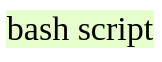
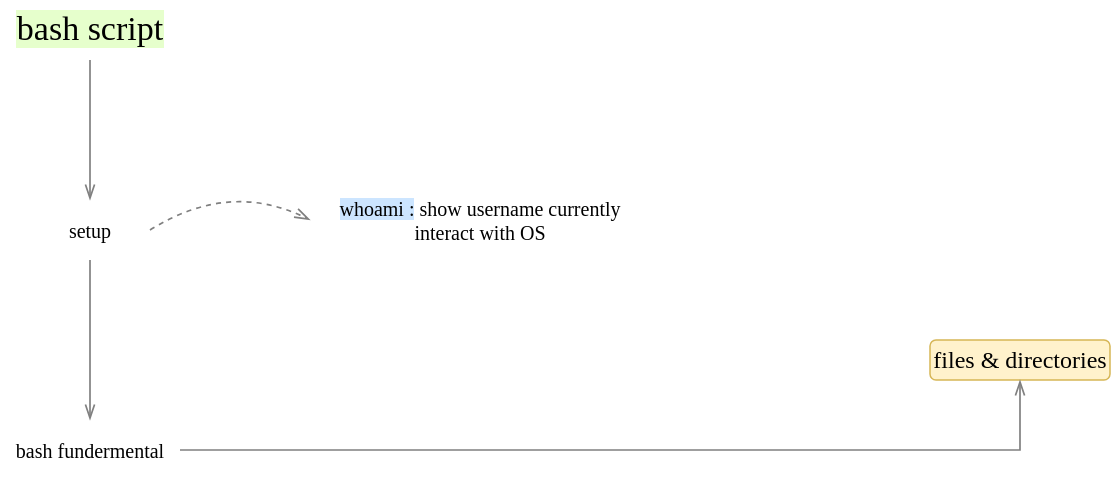
<mxfile host="app.diagrams.net">
  <diagram name="Page-1" id="ASFAg3QW-8pENEQWLq1w">
-     <mxGraphModel dx="913" dy="409" grid="1" gridSize="10" guides="1" tooltips="1" connect="1" arrows="1" fold="1" page="1" pageScale="1" pageWidth="827" pageHeight="1169" math="0" shadow="0">
+     <mxGraphModel dx="761" dy="341" grid="1" gridSize="10" guides="1" tooltips="1" connect="1" arrows="1" fold="1" page="1" pageScale="1" pageWidth="827" pageHeight="1169" math="0" shadow="0">
      <root>
        <mxCell id="0" />
        <mxCell id="1" parent="0" />
        <mxCell id="yHV59lyykjLdx_5fFAOr-2" parent="1" style="text;html=1;whiteSpace=wrap;strokeColor=none;fillColor=none;align=center;verticalAlign=middle;rounded=0;fontFamily=Comic Sans MS;fontSize=17;" value="&lt;span style=&quot;background-color: rgb(230, 255, 204);&quot;&gt;bash script&lt;/span&gt;" vertex="1">
-           <mxGeometry height="30" width="80" x="390" y="350" as="geometry" />
+           <mxGeometry height="30" width="80" x="320" y="240" as="geometry" />
+         </mxCell>
+         <mxCell id="yHV59lyykjLdx_5fFAOr-3" parent="1" style="text;html=1;whiteSpace=wrap;strokeColor=none;fillColor=none;align=center;verticalAlign=middle;rounded=0;fontFamily=Comic Sans MS;fontSize=10;" value="setup " vertex="1">
+           <mxGeometry height="30" width="60" x="330" y="340" as="geometry" />
+         </mxCell>
+         <mxCell id="yHV59lyykjLdx_5fFAOr-4" edge="1" parent="1" source="yHV59lyykjLdx_5fFAOr-2" style="endArrow=openThin;html=1;rounded=0;strokeColor=#808080;endFill=0;strokeWidth=0.85;entryX=0.5;entryY=0;entryDx=0;entryDy=0;exitX=0.5;exitY=1;exitDx=0;exitDy=0;" target="yHV59lyykjLdx_5fFAOr-3" value="">
+           <mxGeometry height="50" relative="1" width="50" as="geometry">
+             <Array as="points" />
+             <mxPoint x="420" y="330" as="sourcePoint" />
+             <mxPoint x="420" y="389" as="targetPoint" />
+           </mxGeometry>
+         </mxCell>
+         <mxCell id="yHV59lyykjLdx_5fFAOr-7" edge="1" parent="1" source="yHV59lyykjLdx_5fFAOr-3" style="endArrow=openThin;html=1;rounded=0;strokeColor=#808080;endFill=0;strokeWidth=0.85;exitX=0.5;exitY=1;exitDx=0;exitDy=0;" target="yHV59lyykjLdx_5fFAOr-12" value="">
+           <mxGeometry height="50" relative="1" width="50" as="geometry">
+             <Array as="points" />
+             <mxPoint x="420" y="330" as="sourcePoint" />
+             <mxPoint x="360" y="440" as="targetPoint" />
+           </mxGeometry>
+         </mxCell>
+         <mxCell id="yHV59lyykjLdx_5fFAOr-8" parent="1" style="rounded=1;whiteSpace=wrap;html=1;strokeColor=none;fontFamily=Comic Sans MS;strokeWidth=0.75;fontSize=10;" value="&lt;span style=&quot;background-color: rgb(204, 229, 255);&quot;&gt;whoami :&lt;/span&gt;&lt;span&gt; show username currently interact with OS&lt;/span&gt;" vertex="1">
+           <mxGeometry height="20" width="170" x="470" y="340" as="geometry" />
+         </mxCell>
+         <mxCell id="yHV59lyykjLdx_5fFAOr-11" edge="1" parent="1" source="yHV59lyykjLdx_5fFAOr-3" style="endArrow=openThin;html=1;rounded=0;strokeColor=#808080;endFill=0;strokeWidth=0.85;entryX=0;entryY=0.5;entryDx=0;entryDy=0;exitX=1;exitY=0.5;exitDx=0;exitDy=0;curved=1;dashed=1;" target="yHV59lyykjLdx_5fFAOr-8" value="">
+           <mxGeometry height="50" relative="1" width="50" as="geometry">
+             <Array as="points">
+               <mxPoint x="430" y="330" />
+             </Array>
+             <mxPoint x="420" y="330" as="sourcePoint" />
+             <mxPoint x="420" y="389" as="targetPoint" />
+           </mxGeometry>
+         </mxCell>
+         <mxCell id="yHV59lyykjLdx_5fFAOr-12" parent="1" style="text;html=1;whiteSpace=wrap;strokeColor=none;fillColor=none;align=center;verticalAlign=middle;rounded=0;fontFamily=Comic Sans MS;fontSize=10;" value="bash fundermental" vertex="1">
+           <mxGeometry height="30" width="90" x="315" y="450" as="geometry" />
+         </mxCell>
+         <mxCell id="yHV59lyykjLdx_5fFAOr-13" parent="1" style="rounded=1;whiteSpace=wrap;html=1;strokeColor=#d6b656;fontFamily=Comic Sans MS;strokeWidth=0.75;fillColor=#fff2cc;" value="files &amp;amp; directories" vertex="1">
+           <mxGeometry height="20" width="90" x="780" y="410" as="geometry" />
+         </mxCell>
+         <mxCell id="yHV59lyykjLdx_5fFAOr-15" edge="1" parent="1" source="yHV59lyykjLdx_5fFAOr-12" style="endArrow=openThin;html=1;rounded=0;strokeColor=#808080;endFill=0;strokeWidth=0.85;entryX=0.5;entryY=1;entryDx=0;entryDy=0;exitX=1;exitY=0.5;exitDx=0;exitDy=0;" target="yHV59lyykjLdx_5fFAOr-13" value="">
+           <mxGeometry height="50" relative="1" width="50" as="geometry">
+             <Array as="points">
+               <mxPoint x="825" y="465" />
+             </Array>
+             <mxPoint x="530" y="390" as="sourcePoint" />
+             <mxPoint x="530" y="449" as="targetPoint" />
+           </mxGeometry>
        </mxCell>
      </root>
    </mxGraphModel>
  </diagram>
</mxfile>
